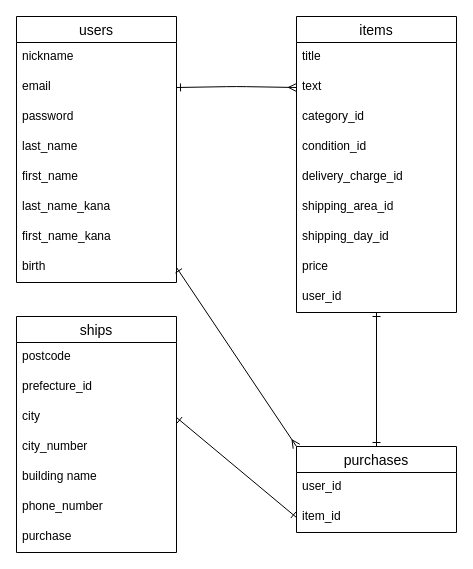
Before: page "ページ1" (1 of 2) of ER.dio in kohei0429/furima-38646, a draw.io diagram. Source tidied: cells renumbered, new cells numbered last; positions are measured from the earlier drawing's top-left corner, leaving out a move shared by most shapes. Both pictures are drawn from the tidied source at 100%, with x=0, y=0 at pixel (16, 16).
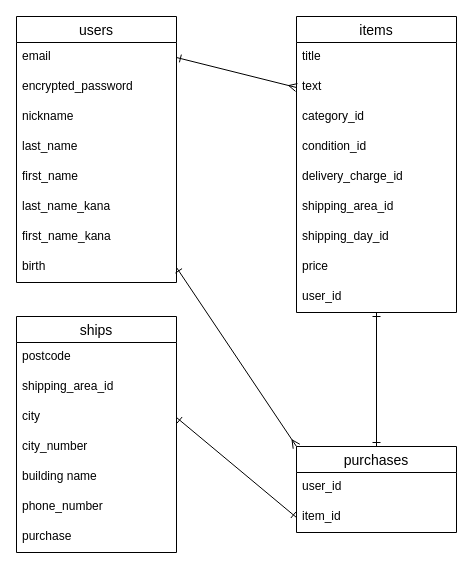
The same diagram, later.

The change refers to these unchanged cells:
```xml
<mxCell id="2" value="users" style="swimlane;fontStyle=0;horizontal=1;startSize=26;align=center;fontSize=14;" parent="1" vertex="1">
  <mxGeometry width="160" height="266" as="geometry" />
</mxCell>
<mxCell id="23" value="ships" style="swimlane;fontStyle=0;horizontal=1;startSize=26;align=center;fontSize=14;" parent="1" vertex="1">
  <mxGeometry y="300" width="160" height="236" as="geometry" />
</mxCell>
```

Diff of the diagram source:
```diff
@@
-    <mxCell id="3" value="nickname&#10;" style="text;strokeColor=none;fillColor=none;spacingLeft=4;spacingRight=4;overflow=hidden;fontSize=12;" parent="2" vertex="1">
-      <mxGeometry y="26" width="160" height="30" as="geometry" />
-    </mxCell>
     <mxCell id="4" value="email" style="text;strokeColor=none;fillColor=none;spacingLeft=4;spacingRight=4;overflow=hidden;points=[[0,0.5],[1,0.5]];portConstraint=eastwest;fontSize=12;" parent="2" vertex="1">
-      <mxGeometry y="56" width="160" height="30" as="geometry" />
+      <mxGeometry y="26" width="160" height="30" as="geometry" />
     </mxCell>
-    <mxCell id="5" value="password" style="text;strokeColor=none;fillColor=none;spacingLeft=4;spacingRight=4;overflow=hidden;fontSize=12;" parent="2" vertex="1">
-      <mxGeometry y="86" width="160" height="30" as="geometry" />
+    <mxCell id="5" value="encrypted_password" style="text;strokeColor=none;fillColor=none;spacingLeft=4;spacingRight=4;overflow=hidden;fontSize=12;" parent="2" vertex="1">
+      <mxGeometry y="56" width="160" height="30" as="geometry" />
     </mxCell>
+    <mxCell id="3" value="nickname&#10;" style="text;strokeColor=none;fillColor=none;spacingLeft=4;spacingRight=4;overflow=hidden;fontSize=12;" parent="2" vertex="1">
+      <mxGeometry y="86" width="160" height="30" as="geometry" />
+    </mxCell>
@@
     <mxCell id="22" style="edgeStyle=none;html=1;exitX=1;exitY=0.5;exitDx=0;exitDy=0;endArrow=ERmany;endFill=0;strokeWidth=1;entryX=0;entryY=0.5;entryDx=0;entryDy=0;startArrow=ERone;startFill=0;" parent="1" edge="1" source="4">
       <mxGeometry relative="1" as="geometry">
         <mxPoint x="280" y="71" as="targetPoint" />
-        <Array as="points">
-          <mxPoint x="220" y="70" />
-        </Array>
       </mxGeometry>
     </mxCell>
@@
-    <mxCell id="25" value="prefecture_id" style="text;strokeColor=none;fillColor=none;spacingLeft=4;spacingRight=4;overflow=hidden;fontSize=12;" parent="23" vertex="1">
+    <mxCell id="25" value="shipping_area_id" style="text;strokeColor=none;fillColor=none;spacingLeft=4;spacingRight=4;overflow=hidden;fontSize=12;" parent="23" vertex="1">
       <mxGeometry y="56" width="160" height="30" as="geometry" />
     </mxCell>
```
